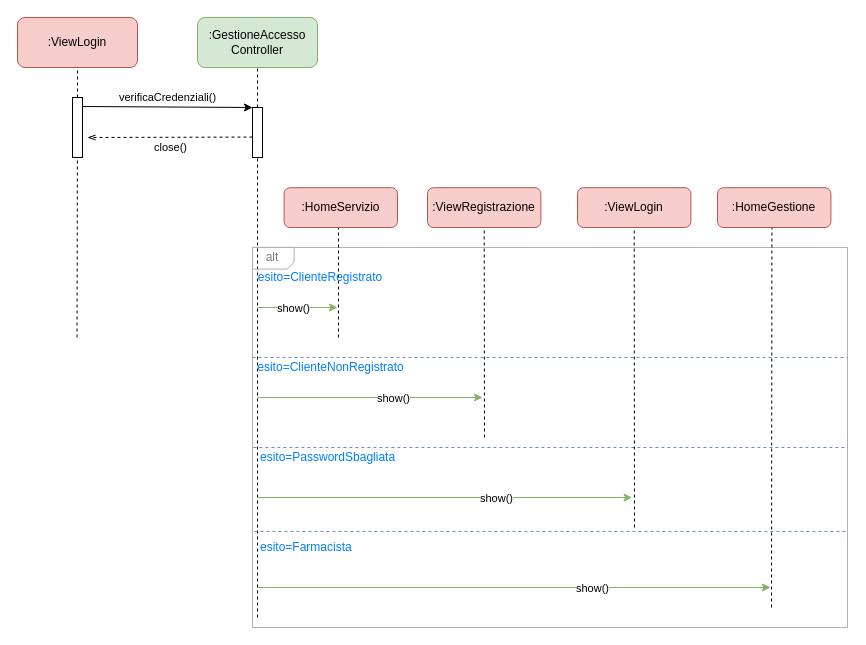
This is page "LoginUtente" (1 of 6) of drawio/ArchitetturaLogica.drawio from lnwor/farmabyte-doc, a draw.io file, before an edit. Source tidied: cells renumbered, new cells numbered last; positions are measured from the earlier drawing's top-left corner, leaving out a move shared by most shapes. Both pictures are drawn from the tidied source at 100%, with x=0, y=0 at pixel (17, 17).
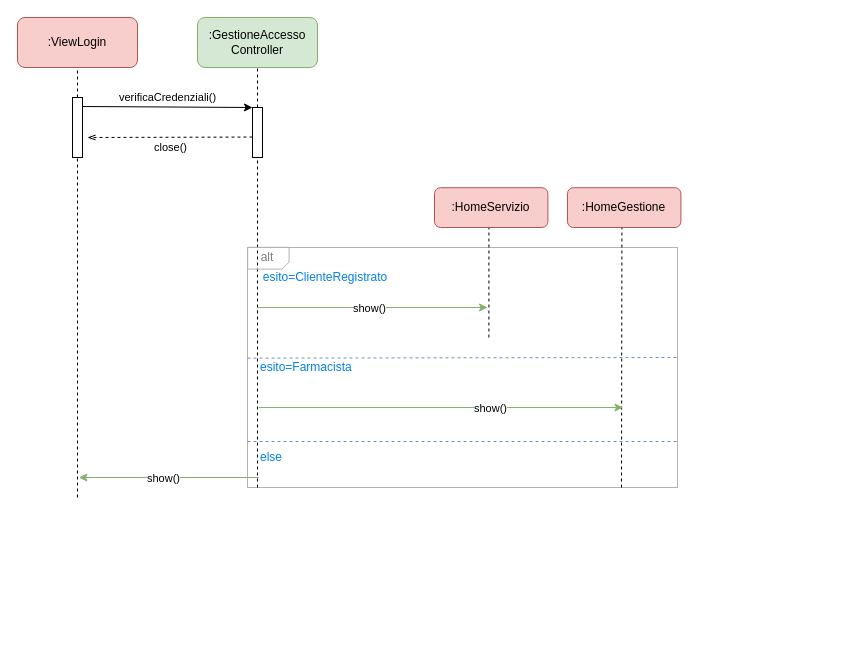
After the change.

Commit message (it also covers changes not shown here):
LoginUtente corretto in analisi e fatta progettazione

Unchanged cells that the change refers to:
```xml
<mxCell id="7" style="rounded=0;whiteSpace=wrap;html=1;" parent="1" vertex="1">
  <mxGeometry x="55" y="80" width="10" height="60" as="geometry" />
</mxCell>
<mxCell id="9" style="rounded=0;whiteSpace=wrap;html=1;" parent="1" vertex="1">
  <mxGeometry x="235" y="90" width="10" height="50" as="geometry" />
</mxCell>
```

Change to the diagram source:
```diff
@@
     <mxCell id="2" style="rounded=0;whiteSpace=wrap;html=1;fillColor=none;strokeColor=#B3B3B3;" parent="1" vertex="1">
-      <mxGeometry x="235" y="230" width="595" height="380" as="geometry" />
+      <mxGeometry x="230" y="230" width="430" height="240" as="geometry" />
     </mxCell>
@@
     <mxCell id="8" style="endArrow=none;dashed=1;html=1;" parent="1" edge="1" target="7">
       <mxGeometry relative="1" as="geometry">
-        <mxPoint x="59.5" y="320" as="sourcePoint" />
+        <mxPoint x="60" y="480" as="sourcePoint" />
       </mxGeometry>
     </mxCell>
@@
     <mxCell id="10" style="endArrow=none;dashed=1;html=1;entryX=0.5;entryY=1;entryDx=0;entryDy=0;" parent="1" edge="1" target="9">
       <mxGeometry relative="1" as="geometry">
-        <mxPoint x="240" y="600" as="sourcePoint" />
+        <mxPoint x="240" y="470" as="sourcePoint" />
       </mxGeometry>
     </mxCell>
@@
     <mxCell id="15" style="shape=card;whiteSpace=wrap;html=1;strokeColor=#B3B3B3;fillColor=none;rotation=-90;flipV=1;size=7;" parent="1" vertex="1">
-      <mxGeometry x="245" y="220" width="21.8" height="41.4" as="geometry" />
+      <mxGeometry x="240" y="220" width="21.8" height="41.4" as="geometry" />
     </mxCell>
     <mxCell id="16" value=":HomeServizio" style="rounded=1;whiteSpace=wrap;html=1;fillColor=#f8cecc;strokeColor=#b85450;" parent="1" vertex="1">
-      <mxGeometry x="266.6" y="170.2" width="113.4" height="39.8" as="geometry" />
+      <mxGeometry x="417" y="170.2" width="113.4" height="39.8" as="geometry" />
     </mxCell>
-    <mxCell id="17" value=":ViewRegistrazione" style="rounded=1;whiteSpace=wrap;html=1;fillColor=#f8cecc;strokeColor=#b85450;" parent="1" vertex="1">
-      <mxGeometry x="410" y="170.2" width="113.4" height="39.8" as="geometry" />
-    </mxCell>
     <mxCell id="18" style="endArrow=none;dashed=1;html=1;entryX=0.48;entryY=1.01;entryDx=0;entryDy=0;entryPerimeter=0;" parent="1" edge="1" target="16">
       <mxGeometry relative="1" as="geometry">
-        <mxPoint x="321" y="320" as="sourcePoint" />
+        <mxPoint x="471.4" y="320" as="sourcePoint" />
       </mxGeometry>
     </mxCell>
-    <mxCell id="19" style="endArrow=none;dashed=1;html=1;entryX=0.5;entryY=1;entryDx=0;entryDy=0;" parent="1" edge="1" target="17">
-      <mxGeometry relative="1" as="geometry">
-        <mxPoint x="467" y="420" as="sourcePoint" />
-      </mxGeometry>
-    </mxCell>
     <mxCell id="20" value="&lt;font color=&quot;#808080&quot;&gt;alt&lt;/font&gt;" style="text;html=1;strokeColor=none;fillColor=none;align=center;verticalAlign=middle;whiteSpace=wrap;rounded=0;" parent="1" vertex="1">
-      <mxGeometry x="235" y="230" width="40" height="20" as="geometry" />
+      <mxGeometry x="230" y="230" width="40" height="20" as="geometry" />
     </mxCell>
     <mxCell id="21" style="endArrow=classic;html=1;fillColor=#d5e8d4;strokeColor=#82b366;" parent="1" edge="1">
       <mxGeometry relative="1" as="geometry">
         <mxPoint x="240" y="290" as="sourcePoint" />
-        <mxPoint x="320" y="290" as="targetPoint" />
+        <mxPoint x="470" y="290" as="targetPoint" />
       </mxGeometry>
     </mxCell>
     <mxCell id="22" value="show()" style="edgeLabel;html=1;align=center;verticalAlign=middle;" parent="21" vertex="1">
       <mxGeometry x="0.38" relative="1" as="geometry">
-        <mxPoint x="-20" as="offset" />
+        <mxPoint x="-48" as="offset" />
       </mxGeometry>
     </mxCell>
-    <mxCell id="23" style="endArrow=classic;html=1;fillColor=#d5e8d4;strokeColor=#82b366;" parent="1" edge="1">
-      <mxGeometry relative="1" as="geometry">
-        <mxPoint x="240" y="380" as="sourcePoint" />
-        <mxPoint x="465" y="380" as="targetPoint" />
-      </mxGeometry>
-    </mxCell>
-    <mxCell id="24" value="show()" style="edgeLabel;html=1;align=center;verticalAlign=middle;" parent="23" vertex="1">
-      <mxGeometry x="0.38" relative="1" as="geometry">
-        <mxPoint x="-20" as="offset" />
-      </mxGeometry>
-    </mxCell>
-    <mxCell id="25" style="endArrow=none;dashed=1;html=1;fillColor=#dae8fc;strokeColor=#6c8ebf;" parent="1" edge="1">
+    <mxCell id="25" style="endArrow=none;dashed=1;html=1;fillColor=#dae8fc;strokeColor=#6c8ebf;exitX=0;exitY=0.461;exitDx=0;exitDy=0;exitPerimeter=0;" parent="1" edge="1" source="2">
       <mxGeometry relative="1" as="geometry">
-        <mxPoint x="235" y="340" as="sourcePoint" />
-        <mxPoint x="830" y="340" as="targetPoint" />
+        <mxPoint x="660" y="340" as="targetPoint" />
       </mxGeometry>
     </mxCell>
     <mxCell id="26" value="&lt;font color=&quot;#007fff&quot;&gt;esito=ClienteRegistrato&lt;/font&gt;" style="text;html=1;strokeColor=none;fillColor=none;align=center;verticalAlign=middle;whiteSpace=wrap;rounded=0;" parent="1" vertex="1">
-      <mxGeometry x="235.9" y="250" width="134.1" height="20" as="geometry" />
+      <mxGeometry x="241.4" y="250" width="134.1" height="20" as="geometry" />
     </mxCell>
-    <mxCell id="27" value="&lt;span style=&quot;color: rgb(0 , 127 , 255)&quot;&gt;esito=ClienteNonRegistrato&lt;/span&gt;" style="text;html=1;strokeColor=none;fillColor=none;align=center;verticalAlign=middle;whiteSpace=wrap;rounded=0;" parent="1" vertex="1">
-      <mxGeometry x="235.9" y="340" width="155" height="20" as="geometry" />
-    </mxCell>
-    <mxCell id="28" style="endArrow=none;dashed=1;html=1;fillColor=#dae8fc;strokeColor=#6c8ebf;" parent="1" edge="1">
-      <mxGeometry relative="1" as="geometry">
-        <mxPoint x="235.9" y="430" as="sourcePoint" />
-        <mxPoint x="830" y="430" as="targetPoint" />
-      </mxGeometry>
-    </mxCell>
-    <mxCell id="29" value="&lt;span style=&quot;color: rgb(0 , 127 , 255)&quot;&gt;esito=PasswordSbagliata&lt;/span&gt;" style="text;html=1;strokeColor=none;fillColor=none;align=left;verticalAlign=middle;whiteSpace=wrap;rounded=0;" parent="1" vertex="1">
-      <mxGeometry x="241.4" y="430" width="144.1" height="20" as="geometry" />
-    </mxCell>
-    <mxCell id="30" value=":ViewLogin" style="rounded=1;whiteSpace=wrap;html=1;fillColor=#f8cecc;strokeColor=#b85450;" parent="1" vertex="1">
-      <mxGeometry x="560" y="170.2" width="113.4" height="39.8" as="geometry" />
-    </mxCell>
-    <mxCell id="31" style="endArrow=none;dashed=1;html=1;entryX=0.5;entryY=1;entryDx=0;entryDy=0;" parent="1" edge="1" target="30">
-      <mxGeometry relative="1" as="geometry">
-        <mxPoint x="617" y="510" as="sourcePoint" />
-      </mxGeometry>
-    </mxCell>
     <mxCell id="32" style="endArrow=classic;html=1;fillColor=#d5e8d4;strokeColor=#82b366;" parent="1" edge="1">
       <mxGeometry relative="1" as="geometry">
-        <mxPoint x="240" y="480" as="sourcePoint" />
-        <mxPoint x="614.5" y="480" as="targetPoint" />
+        <mxPoint x="241.4" y="460" as="sourcePoint" />
+        <mxPoint x="61.4" y="460" as="targetPoint" />
       </mxGeometry>
     </mxCell>
     <mxCell id="33" value="show()" style="edgeLabel;html=1;align=center;verticalAlign=middle;" parent="32" vertex="1">
       <mxGeometry x="0.38" relative="1" as="geometry">
-        <mxPoint x="-20" as="offset" />
+        <mxPoint x="28" as="offset" />
       </mxGeometry>
     </mxCell>
     <mxCell id="34" value=":HomeGestione" style="rounded=1;whiteSpace=wrap;html=1;fillColor=#f8cecc;strokeColor=#b85450;" parent="1" vertex="1">
-      <mxGeometry x="700" y="170.2" width="113.4" height="39.8" as="geometry" />
+      <mxGeometry x="550" y="170.2" width="113.4" height="39.8" as="geometry" />
     </mxCell>
     <mxCell id="35" style="endArrow=none;dashed=1;html=1;entryX=0.48;entryY=1.01;entryDx=0;entryDy=0;entryPerimeter=0;" parent="1" edge="1" target="34">
       <mxGeometry relative="1" as="geometry">
-        <mxPoint x="754" y="590" as="sourcePoint" />
+        <mxPoint x="604" y="470" as="sourcePoint" />
       </mxGeometry>
     </mxCell>
     <mxCell id="36" style="endArrow=none;dashed=1;html=1;fillColor=#dae8fc;strokeColor=#6c8ebf;" parent="1" edge="1">
       <mxGeometry relative="1" as="geometry">
-        <mxPoint x="236.9" y="514" as="sourcePoint" />
-        <mxPoint x="830" y="514" as="targetPoint" />
+        <mxPoint x="230" y="424" as="sourcePoint" />
+        <mxPoint x="660" y="424" as="targetPoint" />
       </mxGeometry>
     </mxCell>
     <mxCell id="37" value="&lt;span style=&quot;color: rgb(0 , 127 , 255)&quot;&gt;esito=Farmacista&lt;/span&gt;" style="text;html=1;strokeColor=none;fillColor=none;align=left;verticalAlign=middle;whiteSpace=wrap;rounded=0;" parent="1" vertex="1">
-      <mxGeometry x="241.4" y="520" width="144.1" height="20" as="geometry" />
+      <mxGeometry x="241.4" y="340" width="144.1" height="20" as="geometry" />
     </mxCell>
     <mxCell id="38" style="endArrow=classic;html=1;fillColor=#d5e8d4;strokeColor=#82b366;" parent="1" edge="1">
       <mxGeometry relative="1" as="geometry">
-        <mxPoint x="240" y="570" as="sourcePoint" />
-        <mxPoint x="753" y="570" as="targetPoint" />
+        <mxPoint x="241.4" y="390" as="sourcePoint" />
+        <mxPoint x="605.5" y="390" as="targetPoint" />
       </mxGeometry>
     </mxCell>
@@
+    <mxCell id="40" value="&lt;span style=&quot;color: rgb(0 , 127 , 255)&quot;&gt;else&lt;/span&gt;" style="text;html=1;strokeColor=none;fillColor=none;align=left;verticalAlign=middle;whiteSpace=wrap;rounded=0;" parent="1" vertex="1">
+      <mxGeometry x="241.4" y="430" width="144.1" height="20" as="geometry" />
+    </mxCell>
```
